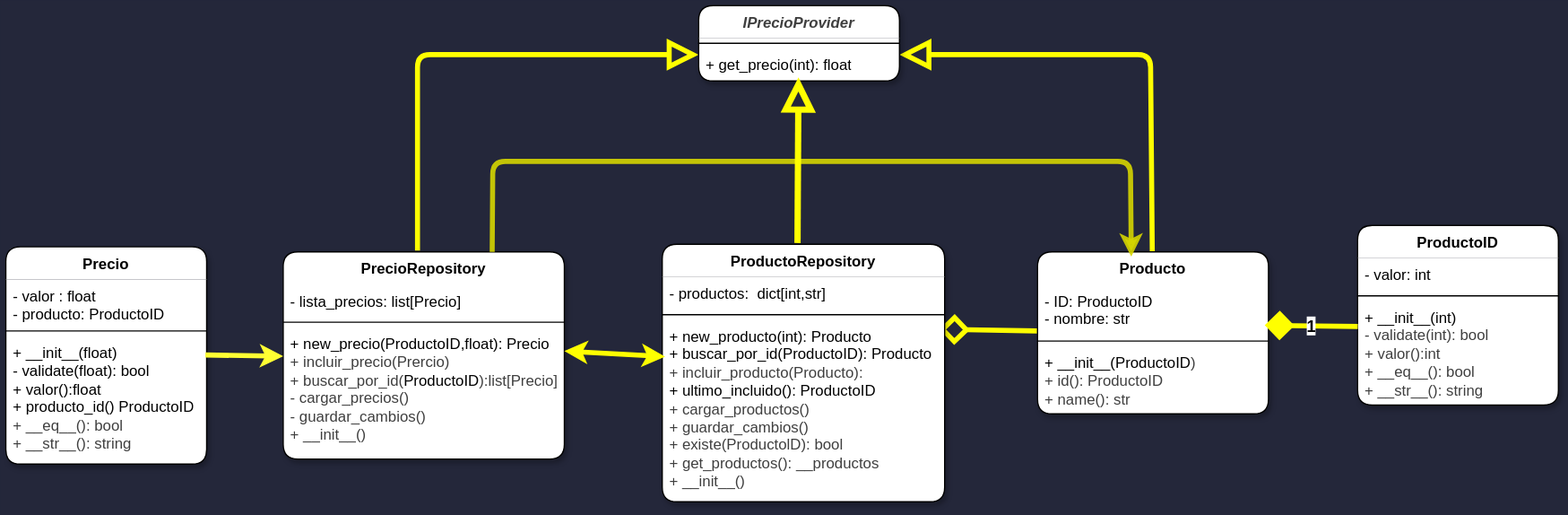
Above: Docs/DiagramaSubSistema.svg in shinovi9/Subsistema-Precio (draw.io), before the change. Source tidied: cells renumbered, new cells last; positions are measured from the earlier drawing's top-left corner, leaving out a move shared by most shapes.
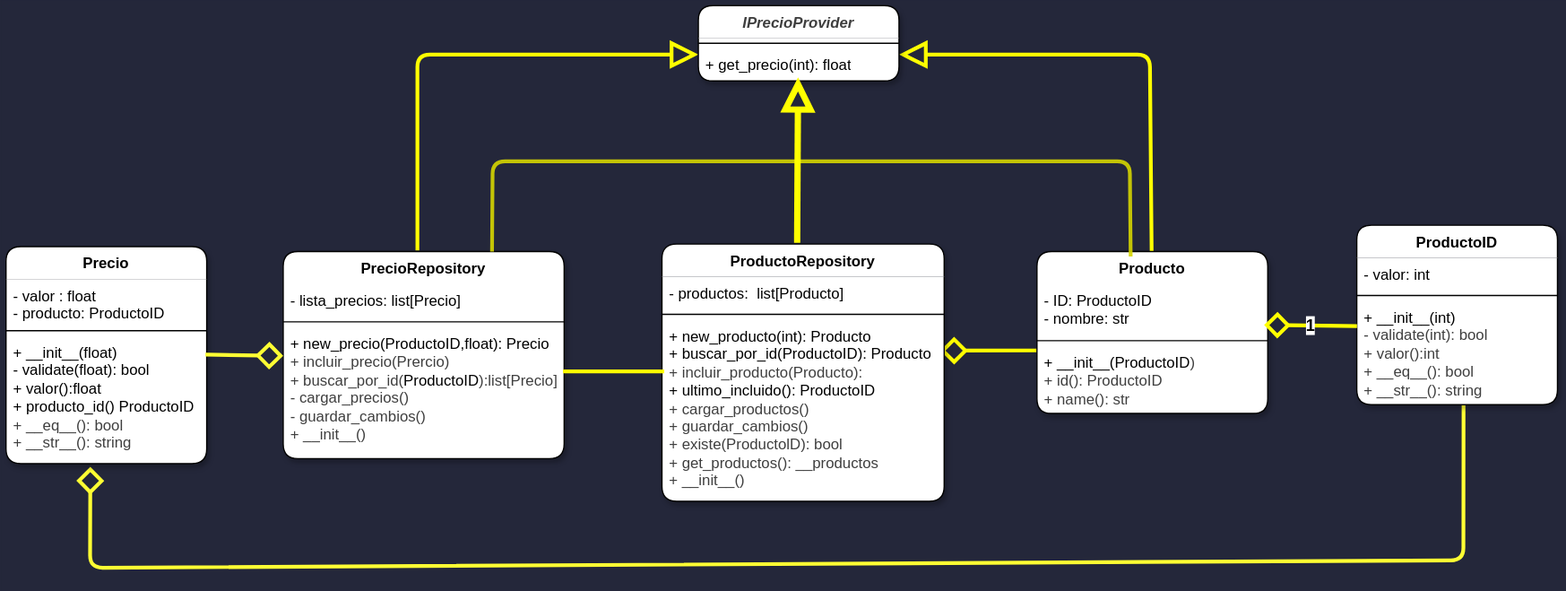
After the change.

Commit message:
Refactorizacion del diseño de clases, añadido de las Bases_de_Datos de Productos y Precios y Actualización del README

What changed in the source:
```diff
@@ -2,10 +2,10 @@
   <root>
     <mxCell id="0" />
     <mxCell id="1" parent="0" />
-    <mxCell id="2" style="edgeStyle=none;html=1;entryX=0.98;entryY=0.053;entryDx=0;entryDy=0;entryPerimeter=0;strokeWidth=4;strokeColor=#FFFF00;endArrow=diamond;endFill=0;endSize=15;" parent="1" edge="1" source="4" target="16">
+    <mxCell id="2" style="edgeStyle=none;html=1;entryX=0.986;entryY=0.172;entryDx=0;entryDy=0;entryPerimeter=0;strokeWidth=3;strokeColor=#FFFF00;endArrow=diamond;endFill=0;endSize=15;exitX=0.012;exitY=0.07;exitDx=0;exitDy=0;exitPerimeter=0;rounded=1;" parent="1" edge="1" source="7" target="16">
       <mxGeometry relative="1" as="geometry" />
     </mxCell>
-    <mxCell id="3" style="edgeStyle=none;html=1;entryX=1;entryY=0.5;entryDx=0;entryDy=0;strokeWidth=4;strokeColor=#FFFF00;endArrow=block;endFill=0;endSize=15;" parent="1" edge="1" source="4">
+    <mxCell id="3" style="edgeStyle=none;html=1;entryX=1;entryY=0.5;entryDx=0;entryDy=0;strokeWidth=3;strokeColor=#FFFF00;endArrow=block;endFill=0;endSize=15;rounded=1;" parent="1" edge="1" source="4">
       <mxGeometry relative="1" as="geometry">
         <mxPoint x="712" y="39" as="targetPoint" />
         <Array as="points">
@@ -25,7 +25,7 @@
     <mxCell id="7" value="&lt;span style=&quot;scrollbar-color: rgb(226, 226, 226) rgb(251, 251, 251); color: rgb(0, 0, 0);&quot;&gt;+ __init__(ProductoID&lt;/span&gt;&lt;span style=&quot;color: rgb(63, 63, 63); scrollbar-color: rgb(226, 226, 226) rgb(251, 251, 251); background-color: transparent;&quot;&gt;)&lt;/span&gt;&lt;div&gt;&lt;span style=&quot;color: rgb(63, 63, 63); scrollbar-color: rgb(226, 226, 226) rgb(251, 251, 251); background-color: transparent;&quot;&gt;+ id(): ProductoID&lt;/span&gt;&lt;/div&gt;&lt;div&gt;&lt;span style=&quot;color: rgb(63, 63, 63); scrollbar-color: rgb(226, 226, 226) rgb(251, 251, 251); background-color: transparent;&quot;&gt;+ name(): str&lt;/span&gt;&lt;/div&gt;" style="text;strokeColor=none;fillColor=none;align=left;verticalAlign=top;spacingLeft=4;spacingRight=4;overflow=hidden;points=[[0,0.5],[1,0.5]];portConstraint=eastwest;whiteSpace=wrap;html=1;rounded=1;" parent="4" vertex="1">
       <mxGeometry y="75" width="184" height="54" as="geometry" />
     </mxCell>
-    <mxCell id="8" style="edgeStyle=none;html=1;entryX=0;entryY=0.5;entryDx=0;entryDy=0;strokeWidth=4;strokeColor=#FFFF00;endArrow=block;endFill=0;endSize=15;" parent="1" edge="1">
+    <mxCell id="8" style="edgeStyle=none;html=1;entryX=0;entryY=0.5;entryDx=0;entryDy=0;strokeWidth=3;strokeColor=#FFFF00;endArrow=block;endFill=0;endSize=15;rounded=1;" parent="1" edge="1">
       <mxGeometry relative="1" as="geometry">
         <mxPoint x="328" y="195" as="sourcePoint" />
         <mxPoint x="552" y="39" as="targetPoint" />
@@ -49,7 +49,7 @@
     <mxCell id="13" value="ProductoRepository" style="swimlane;fontStyle=1;align=center;verticalAlign=top;horizontal=1;startSize=26;whiteSpace=wrap;html=1;swimlaneFillColor=default;gradientColor=none;fillStyle=auto;strokeWidth=1;rounded=1;glass=0;swimlaneLine=0;shadow=1;" parent="1" vertex="1">
       <mxGeometry x="523" y="190" width="225" height="205" as="geometry" />
     </mxCell>
-    <mxCell id="14" value="- productos:&amp;nbsp; dict[int,str]" style="text;strokeColor=none;fillColor=none;align=left;verticalAlign=top;spacingLeft=4;spacingRight=4;overflow=hidden;whiteSpace=wrap;html=1;rounded=1;" parent="13" vertex="1">
+    <mxCell id="14" value="- productos:&amp;nbsp; list[Producto]" style="text;strokeColor=none;fillColor=none;align=left;verticalAlign=top;spacingLeft=4;spacingRight=4;overflow=hidden;whiteSpace=wrap;html=1;rounded=1;" parent="13" vertex="1">
       <mxGeometry y="26" width="225" height="26" as="geometry" />
     </mxCell>
     <mxCell id="15" style="line;strokeWidth=1;fillColor=none;align=left;verticalAlign=middle;spacingTop=-1;spacingLeft=3;spacingRight=3;labelPosition=right;strokeColor=inherit;rounded=1;" parent="13" vertex="1">
@@ -58,10 +58,8 @@
     <mxCell id="16" value="&lt;font style=&quot;scrollbar-color: rgb(226, 226, 226) rgb(251, 251, 251); color: rgb(0, 0, 0);&quot;&gt;+ new_producto(int): Producto&lt;/font&gt;&lt;div style=&quot;scrollbar-color: rgb(226, 226, 226) rgb(251, 251, 251); color: rgb(63, 63, 63);&quot;&gt;&lt;font style=&quot;scrollbar-color: rgb(226, 226, 226) rgb(251, 251, 251); color: rgb(0, 0, 0);&quot;&gt;+ buscar_por_id(ProductoID): Producto&lt;/font&gt;&lt;/div&gt;&lt;div style=&quot;scrollbar-color: rgb(226, 226, 226) rgb(251, 251, 251); color: rgb(63, 63, 63);&quot;&gt;+ incluir_producto(Producto):&lt;/div&gt;&lt;div style=&quot;scrollbar-color: rgb(226, 226, 226) rgb(251, 251, 251); color: rgb(63, 63, 63);&quot;&gt;&lt;font style=&quot;scrollbar-color: rgb(226, 226, 226) rgb(251, 251, 251); color: rgb(0, 0, 0);&quot;&gt;+ ultimo_incluido(): ProductoID&lt;/font&gt;&lt;/div&gt;&lt;div style=&quot;scrollbar-color: rgb(226, 226, 226) rgb(251, 251, 251); color: rgb(63, 63, 63);&quot;&gt;+ cargar_productos()&lt;/div&gt;&lt;div style=&quot;scrollbar-color: rgb(226, 226, 226) rgb(251, 251, 251); color: rgb(63, 63, 63);&quot;&gt;+ guardar_cambios()&lt;/div&gt;&lt;div style=&quot;scrollbar-color: rgb(226, 226, 226) rgb(251, 251, 251); color: rgb(63, 63, 63);&quot;&gt;+ existe(ProductolD): bool&lt;/div&gt;&lt;div style=&quot;scrollbar-color: rgb(226, 226, 226) rgb(251, 251, 251); color: rgb(63, 63, 63);&quot;&gt;+ get_productos(): __productos&amp;nbsp;&amp;nbsp;&lt;/div&gt;&lt;div style=&quot;scrollbar-color: rgb(226, 226, 226) rgb(251, 251, 251); color: rgb(63, 63, 63);&quot;&gt;+ __init__()&lt;/div&gt;" style="text;strokeColor=none;fillColor=none;align=left;verticalAlign=top;spacingLeft=4;spacingRight=4;overflow=hidden;points=[[0,0.5],[1,0.5]];portConstraint=eastwest;whiteSpace=wrap;html=1;rounded=1;" parent="13" vertex="1">
       <mxGeometry y="60" width="225" height="145" as="geometry" />
     </mxCell>
-    <mxCell id="17" style="edgeStyle=none;html=1;exitX=1;exitY=0.5;exitDx=0;exitDy=0;entryX=0.01;entryY=0.203;entryDx=0;entryDy=0;startArrow=classic;startFill=1;strokeColor=#FFFF00;strokeWidth=4;entryPerimeter=0;" parent="1" edge="1" target="16">
-      <mxGeometry relative="1" as="geometry">
-        <mxPoint x="445" y="275" as="sourcePoint" />
-      </mxGeometry>
+    <mxCell id="17" style="edgeStyle=none;html=1;exitX=0.996;exitY=0.338;exitDx=0;exitDy=0;entryX=0.008;entryY=0.286;entryDx=0;entryDy=0;startArrow=none;startFill=0;strokeColor=#FFFF00;strokeWidth=3;entryPerimeter=0;endArrow=none;endFill=0;exitPerimeter=0;rounded=1;" parent="1" edge="1" source="12" target="16">
+      <mxGeometry relative="1" as="geometry" />
     </mxCell>
     <mxCell id="18" value="&lt;i style=&quot;color: rgb(63, 63, 63); scrollbar-color: rgb(226, 226, 226) rgb(251, 251, 251);&quot;&gt;IPrecioProvider&lt;/i&gt;" style="swimlane;fontStyle=1;align=center;verticalAlign=top;horizontal=1;startSize=26;whiteSpace=wrap;html=1;swimlaneFillColor=default;gradientColor=none;fillStyle=auto;strokeWidth=1;rounded=1;glass=0;swimlaneLine=0;shadow=1;" parent="1" vertex="1">
       <mxGeometry x="552" width="160" height="60" as="geometry" />
@@ -72,7 +70,7 @@
     <mxCell id="20" value="+ get_precio(int): float" style="text;strokeColor=none;fillColor=none;align=left;verticalAlign=top;spacingLeft=4;spacingRight=4;overflow=hidden;points=[[0,0.5],[1,0.5]];portConstraint=eastwest;whiteSpace=wrap;html=1;rounded=1;" parent="18" vertex="1">
       <mxGeometry y="34" width="160" height="26" as="geometry" />
     </mxCell>
-    <mxCell id="21" style="edgeStyle=none;html=1;entryX=0.406;entryY=0.03;entryDx=0;entryDy=0;exitX=0.5;exitY=0;exitDx=0;exitDy=0;strokeWidth=4;strokeColor=#D5D500;entryPerimeter=0;opacity=90;" parent="1" edge="1" target="4">
+    <mxCell id="21" style="edgeStyle=none;html=1;entryX=0.406;entryY=0.03;entryDx=0;entryDy=0;exitX=0.5;exitY=0;exitDx=0;exitDy=0;strokeWidth=3;strokeColor=#D5D500;entryPerimeter=0;opacity=90;endArrow=none;endFill=0;rounded=1;" parent="1" edge="1" target="4">
       <mxGeometry relative="1" as="geometry">
         <mxPoint x="387.5" y="196" as="sourcePoint" />
         <Array as="points">
@@ -81,9 +79,17 @@
         </Array>
       </mxGeometry>
     </mxCell>
-    <mxCell id="22" style="edgeStyle=none;html=1;entryX=0.497;entryY=0.891;entryDx=0;entryDy=0;entryPerimeter=0;exitX=0.479;exitY=-0.005;exitDx=0;exitDy=0;strokeWidth=5;strokeColor=#FFFF00;endArrow=block;endFill=0;endSize=15;exitPerimeter=0;" parent="1" edge="1" source="13" target="20">
+    <mxCell id="22" style="edgeStyle=none;html=1;entryX=0.497;entryY=0.891;entryDx=0;entryDy=0;entryPerimeter=0;exitX=0.479;exitY=-0.005;exitDx=0;exitDy=0;strokeWidth=5;strokeColor=#FFFF00;endArrow=block;endFill=0;endSize=15;exitPerimeter=0;rounded=1;" parent="1" edge="1" source="13" target="20">
       <mxGeometry relative="1" as="geometry" />
     </mxCell>
+    <mxCell id="33" style="edgeStyle=none;html=1;entryX=0.42;entryY=1.025;entryDx=0;entryDy=0;entryPerimeter=0;exitX=0.532;exitY=0.976;exitDx=0;exitDy=0;exitPerimeter=0;strokeColor=#FFFF33;strokeWidth=3;endArrow=diamond;endFill=0;endSize=15;rounded=1;" parent="1" edge="1" source="26" target="31">
+      <mxGeometry relative="1" as="geometry">
+        <Array as="points">
+          <mxPoint x="1162" y="442" />
+          <mxPoint x="67" y="448" />
+        </Array>
+      </mxGeometry>
+    </mxCell>
     <mxCell id="23" value="ProductoID" style="swimlane;fontStyle=1;align=center;verticalAlign=top;horizontal=1;startSize=26;whiteSpace=wrap;html=1;swimlaneFillColor=default;gradientColor=none;fillStyle=auto;strokeWidth=1;rounded=1;glass=0;swimlaneLine=0;shadow=1;" parent="1" vertex="1">
       <mxGeometry x="1077" y="175" width="160" height="143" as="geometry" />
     </mxCell>
@@ -96,7 +102,7 @@
     <mxCell id="26" value="+ __init__(int)&lt;div&gt;&lt;span style=&quot;color: rgb(63, 63, 63); scrollbar-color: rgb(226, 226, 226) rgb(251, 251, 251); background-color: transparent;&quot;&gt;-&amp;nbsp;&lt;/span&gt;&lt;span style=&quot;color: rgb(63, 63, 63); scrollbar-color: rgb(226, 226, 226) rgb(251, 251, 251); background-color: transparent;&quot;&gt;validate(int): bool&lt;/span&gt;&lt;/div&gt;&lt;div&gt;&lt;span style=&quot;color: rgb(63, 63, 63); scrollbar-color: rgb(226, 226, 226) rgb(251, 251, 251); background-color: transparent;&quot;&gt;+ valor():int&lt;/span&gt;&lt;/div&gt;&lt;div&gt;&lt;span style=&quot;color: rgb(63, 63, 63); scrollbar-color: rgb(226, 226, 226) rgb(251, 251, 251); background-color: transparent;&quot;&gt;+ __eq__(): bool&lt;/span&gt;&lt;/div&gt;&lt;div&gt;&lt;span style=&quot;color: rgb(63, 63, 63); scrollbar-color: rgb(226, 226, 226) rgb(251, 251, 251); background-color: transparent;&quot;&gt;&lt;span style=&quot;color: rgb(63, 63, 63);&quot;&gt;+ __str__(): string&lt;/span&gt;&lt;/span&gt;&lt;/div&gt;" style="text;strokeColor=none;fillColor=none;align=left;verticalAlign=top;spacingLeft=4;spacingRight=4;overflow=hidden;points=[[0,0.5],[1,0.5]];portConstraint=eastwest;whiteSpace=wrap;html=1;rounded=1;" parent="23" vertex="1">
       <mxGeometry y="60" width="160" height="83" as="geometry" />
     </mxCell>
-    <mxCell id="27" value="&lt;font style=&quot;font-size: 13px;&quot;&gt;&lt;b style=&quot;&quot;&gt;1&lt;/b&gt;&lt;/font&gt;" style="edgeStyle=none;rounded=1;html=1;endArrow=diamond;endFill=1;strokeWidth=4;strokeColor=#FFFF00;endSize=14;entryX=0.984;entryY=0.792;entryDx=0;entryDy=0;entryPerimeter=0;exitX=0.001;exitY=0.246;exitDx=0;exitDy=0;exitPerimeter=0;" parent="1" edge="1" source="26" target="5">
+    <mxCell id="27" value="&lt;font style=&quot;font-size: 13px;&quot;&gt;&lt;b style=&quot;&quot;&gt;1&lt;/b&gt;&lt;/font&gt;" style="edgeStyle=none;rounded=1;html=1;endArrow=diamond;endFill=0;strokeWidth=3;strokeColor=#FFFF00;endSize=14;entryX=0.984;entryY=0.792;entryDx=0;entryDy=0;entryPerimeter=0;exitX=0.001;exitY=0.246;exitDx=0;exitDy=0;exitPerimeter=0;" parent="1" edge="1" source="26" target="5">
       <mxGeometry relative="1" as="geometry" />
     </mxCell>
     <mxCell id="28" value="Precio" style="swimlane;fontStyle=1;align=center;verticalAlign=top;horizontal=1;startSize=26;whiteSpace=wrap;html=1;swimlaneFillColor=default;gradientColor=none;fillStyle=auto;strokeWidth=1;rounded=1;glass=0;swimlaneLine=0;shadow=1;" parent="1" vertex="1">
@@ -111,7 +117,7 @@
     <mxCell id="31" value="+ __init__(float)&lt;div&gt;&lt;div&gt;- validate(float): bool&lt;/div&gt;&lt;/div&gt;&lt;div&gt;+ valor():float&lt;/div&gt;&lt;div&gt;+ producto_id() ProductoID&lt;/div&gt;&lt;div&gt;&lt;span style=&quot;color: rgb(63, 63, 63);&quot;&gt;+ __eq__(): bool&lt;/span&gt;&lt;/div&gt;&lt;div&gt;&lt;span style=&quot;color: rgb(63, 63, 63);&quot;&gt;&lt;span style=&quot;color: rgb(63, 63, 63);&quot;&gt;+ __str__(): string&lt;/span&gt;&lt;/span&gt;&lt;/div&gt;" style="text;strokeColor=none;fillColor=none;align=left;verticalAlign=top;spacingLeft=4;spacingRight=4;overflow=hidden;points=[[0,0.5],[1,0.5]];portConstraint=eastwest;whiteSpace=wrap;html=1;rounded=1;" parent="28" vertex="1">
       <mxGeometry y="71" width="160" height="102" as="geometry" />
     </mxCell>
-    <mxCell id="32" style="edgeStyle=none;html=1;entryX=0;entryY=0.22;entryDx=0;entryDy=0;entryPerimeter=0;exitX=0.994;exitY=0.148;exitDx=0;exitDy=0;exitPerimeter=0;strokeWidth=4;strokeColor=#FFFF33;" parent="1" edge="1" source="31" target="12">
+    <mxCell id="32" style="edgeStyle=none;html=1;entryX=0;entryY=0.22;entryDx=0;entryDy=0;entryPerimeter=0;exitX=0.994;exitY=0.148;exitDx=0;exitDy=0;exitPerimeter=0;strokeWidth=3;strokeColor=#FFFF33;endArrow=diamond;endFill=0;endSize=15;rounded=1;" parent="1" edge="1" source="31" target="12">
       <mxGeometry relative="1" as="geometry" />
     </mxCell>
   </root>
```
